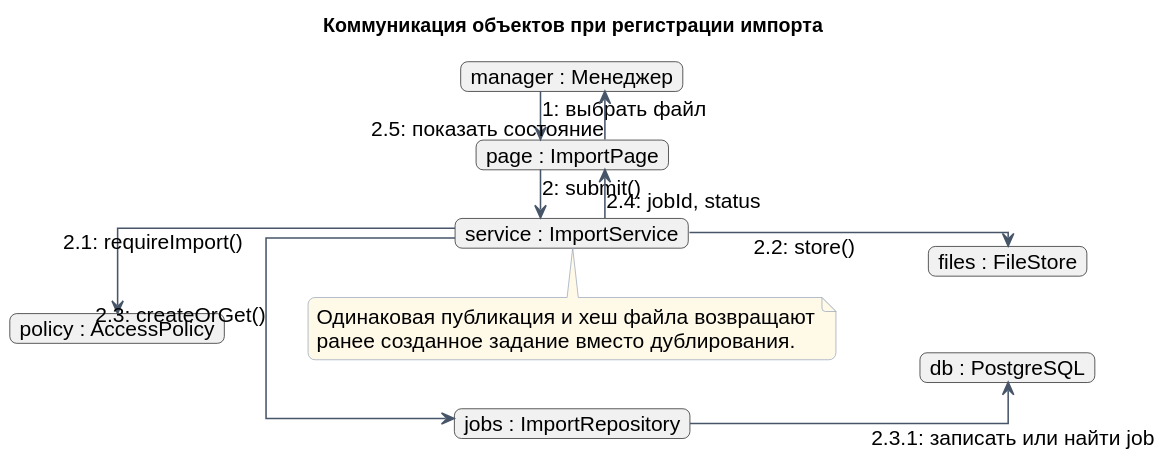
This is reports/coursework_umls/Курсовая_SMM_Analyzer/03_Диаграммы/COM_01a_Регистрация_импорта.svg from whoisbubble/typest_report, a PlantUML export, as it was before one commit. The source it was exported from:
```plantuml
@startuml
!include common.puml
left to right direction
title Коммуникация объектов при регистрации импорта

object "manager : Менеджер" as Manager
object "page : ImportPage" as Page
object "service : ImportService" as Service
object "policy : AccessPolicy" as Policy
object "files : FileStore" as Files
object "jobs : ImportRepository" as Repo
object "db : PostgreSQL" as DB

Manager -right-> Page : 1: выбрать файл
Page -right-> Service : 2: submit()
Service -up-> Policy : 2.1: requireImport()
Service -down-> Files : 2.2: store()
Service -right-> Repo : 2.3: createOrGet()
Repo -right-> DB : 2.3.1: записать или найти job
Service -left-> Page : 2.4: jobId, status
Page -left-> Manager : 2.5: показать состояние

Policy -[hidden]right-> Repo
Files -[hidden]right-> DB

note bottom of Service
Одинаковая публикация и хеш файла возвращают
ранее созданное задание вместо дублирования.
end note
@enduml
```
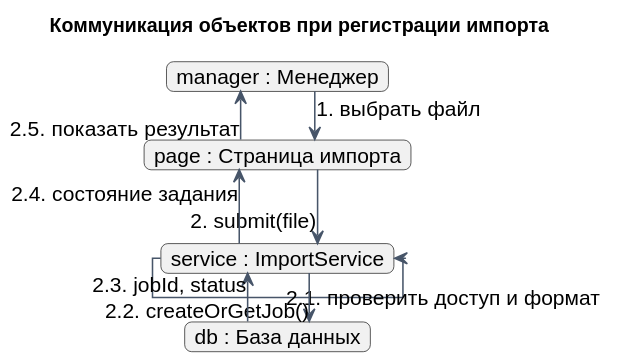
After the change.

What changed in the source:
```diff
@@ -4,27 +4,15 @@
 title Коммуникация объектов при регистрации импорта
 
 object "manager : Менеджер" as Manager
-object "page : ImportPage" as Page
+object "page : Страница импорта" as Page
 object "service : ImportService" as Service
-object "policy : AccessPolicy" as Policy
-object "files : FileStore" as Files
-object "jobs : ImportRepository" as Repo
-object "db : PostgreSQL" as DB
+object "db : База данных" as DB
 
-Manager -right-> Page : 1: выбрать файл
-Page -right-> Service : 2: submit()
-Service -up-> Policy : 2.1: requireImport()
-Service -down-> Files : 2.2: store()
-Service -right-> Repo : 2.3: createOrGet()
-Repo -right-> DB : 2.3.1: записать или найти job
-Service -left-> Page : 2.4: jobId, status
-Page -left-> Manager : 2.5: показать состояние
-
-Policy -[hidden]right-> Repo
-Files -[hidden]right-> DB
-
-note bottom of Service
-Одинаковая публикация и хеш файла возвращают
-ранее созданное задание вместо дублирования.
-end note
+Manager -right-> Page : 1. выбрать файл
+Page -right-> Service : 2. submit(file)
+Service -down-> Service : 2.1. проверить доступ и формат
+Service -right-> DB : 2.2. createOrGetJob()
+DB -left-> Service : 2.3. jobId, status
+Service -left-> Page : 2.4. состояние задания
+Page -left-> Manager : 2.5. показать результат
 @enduml
```
